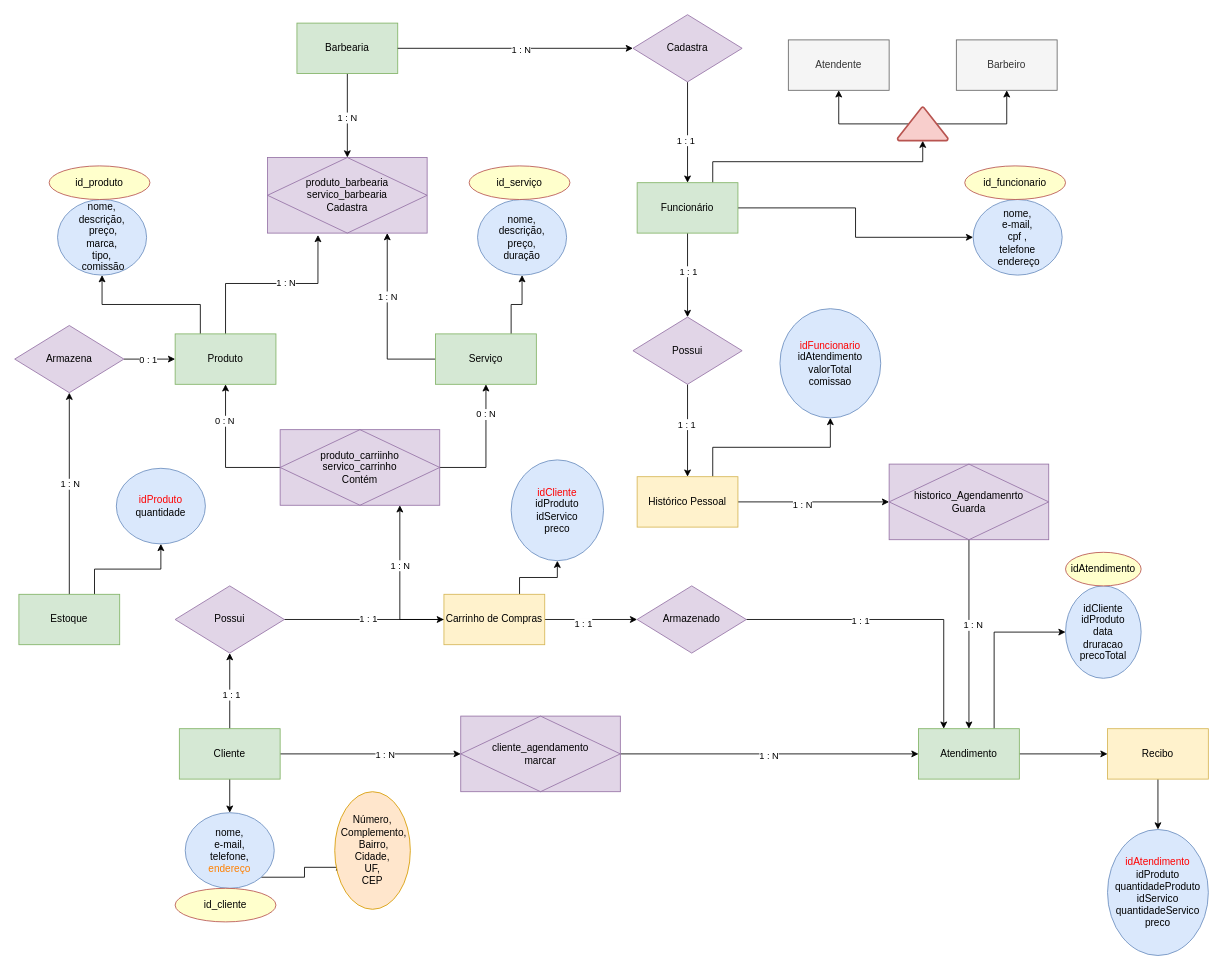
Before: projetos/barbearia_app/V2/V1_diagrama-barbearia.drawio in Vitin-Ps/meus_projetos, a draw.io diagram. Source tidied: cells renumbered, new cells numbered last; positions are measured from the earlier drawing's top-left corner, leaving out a move shared by most shapes. Both pictures are drawn from the tidied source at 84%, with x=0, y=0 at pixel (14, 14).
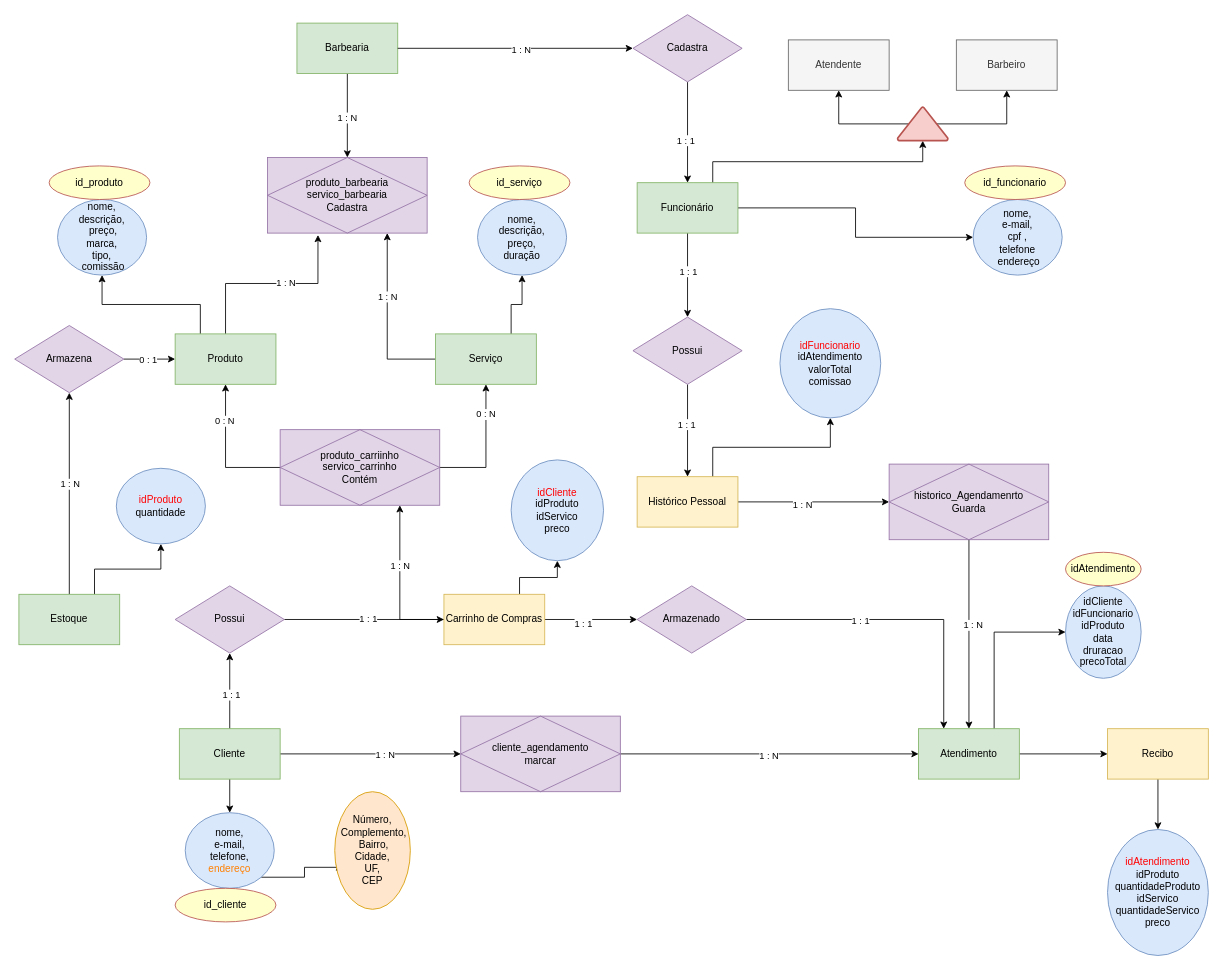
The same page after the edit.

Change to the diagram source:
```diff
@@
-    <mxCell id="91" value="idCliente&lt;br&gt;idProduto&lt;br&gt;data&lt;br&gt;druracao&lt;br&gt;precoTotal" style="ellipse;whiteSpace=wrap;html=1;fillColor=#dae8fc;strokeColor=#6c8ebf;" parent="1" vertex="1">
+    <mxCell id="91" value="idCliente&lt;br&gt;idFuncionario&lt;br&gt;idProduto&lt;br&gt;data&lt;br&gt;druracao&lt;br&gt;precoTotal" style="ellipse;whiteSpace=wrap;html=1;fillColor=#dae8fc;strokeColor=#6c8ebf;" parent="1" vertex="1">
       <mxGeometry x="1251" y="680" width="90" height="110" as="geometry" />
     </mxCell>
```
